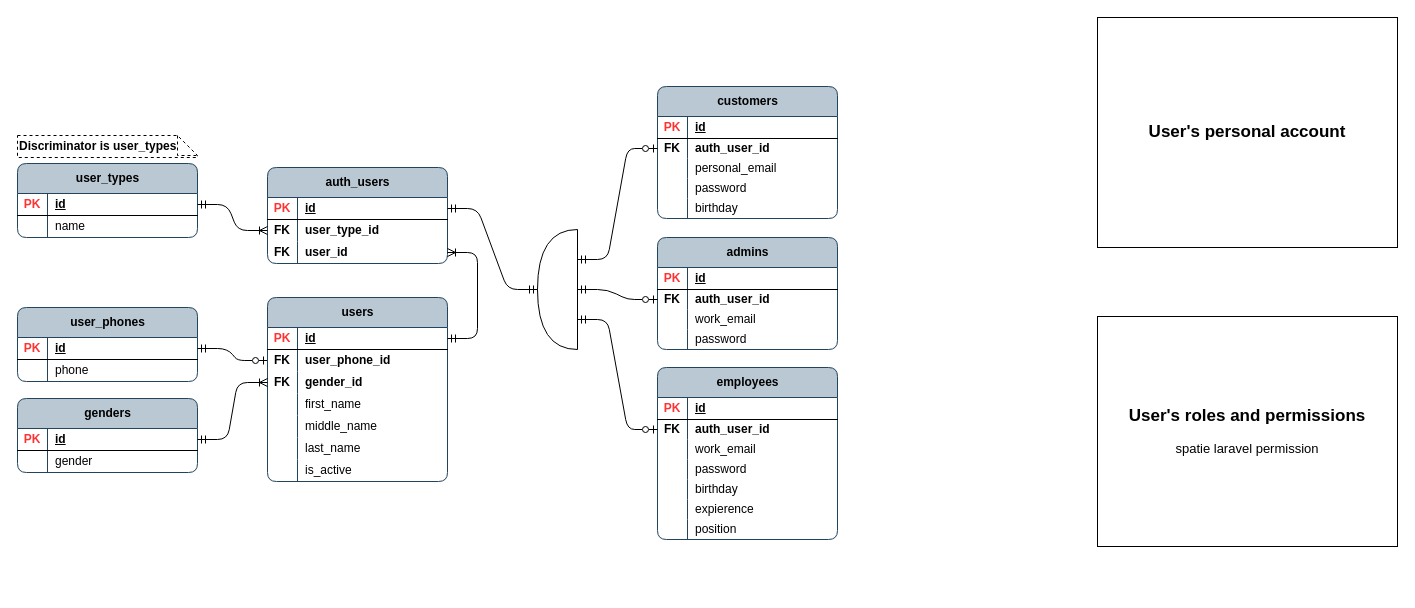
Local-development-environment/msg-brokers-publisher-consumer keeps this draw.io diagram as page "users" (4 of 14) of publisher/laravel-app/psql_jewellery_items.drawio. Above is the earlier version. Source tidied: cells renumbered, new cells numbered last; positions are measured from the earlier drawing's top-left corner, leaving out a move shared by most shapes. Both pictures are drawn from the tidied source at 100%, with x=0, y=0 at pixel (17, 17).
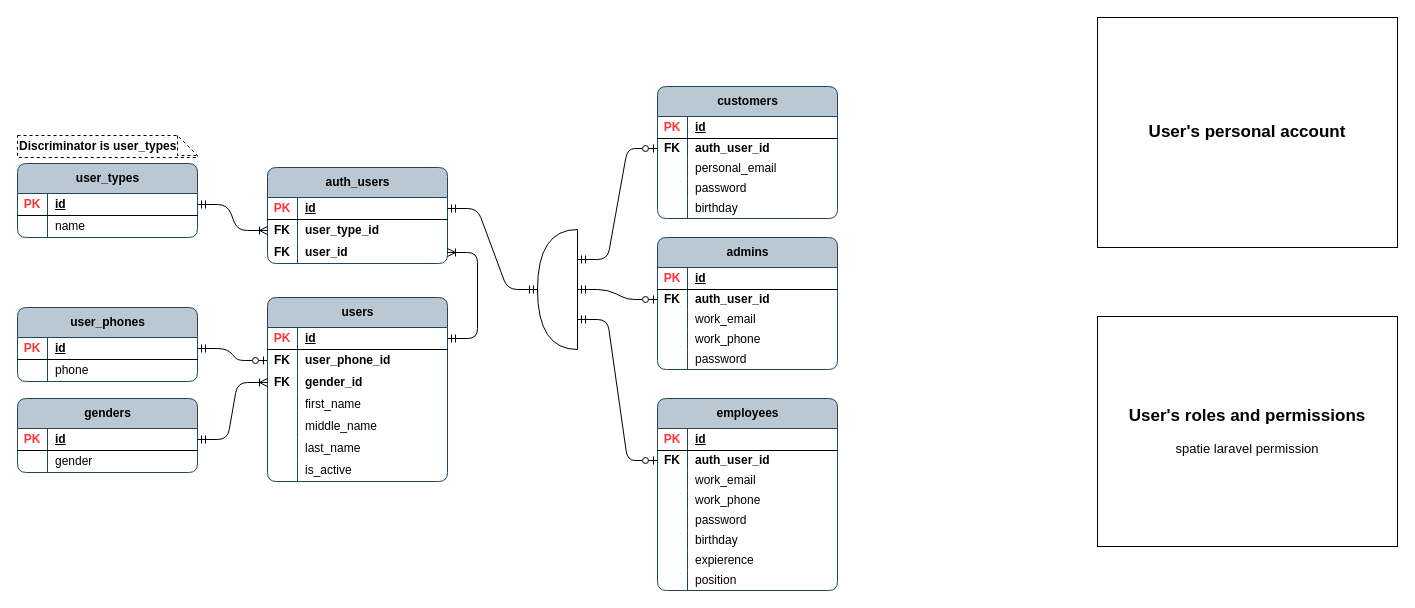
The same diagram, later.

The edit, as a diff of the source:
```diff
@@
     <mxCell id="39" value="employees" style="shape=table;startSize=30;childLayout=tableLayout;rowLines=0;fontStyle=1;align=center;html=1;rounded=1;swimlaneFillColor=none;fillColor=#bac8d3;strokeColor=#23445d;columnLines=1;arcSize=10;" parent="1" vertex="1">
-      <mxGeometry x="640" y="350" width="180" height="172" as="geometry" />
+      <mxGeometry x="640" y="381" width="180" height="192" as="geometry" />
     </mxCell>
@@
+    <mxCell id="118" style="shape=tableRow;horizontal=0;startSize=0;swimlaneHead=0;swimlaneBody=0;fillColor=none;top=0;left=0;right=0;bottom=0;rounded=0;" parent="39" vertex="1">
+      <mxGeometry y="92" width="180" height="20" as="geometry" />
+    </mxCell>
+    <mxCell id="119" style="shape=partialRectangle;fillColor=none;top=0;left=0;bottom=0;right=0;overflow=hidden;whiteSpace=wrap;html=1;" parent="118" vertex="1">
+      <mxGeometry width="30" height="20" as="geometry" />
+    </mxCell>
+    <mxCell id="120" value="work_phone" style="shape=partialRectangle;fillColor=none;top=0;left=0;bottom=0;right=0;align=left;spacingLeft=6;overflow=hidden;whiteSpace=wrap;html=1;" parent="118" vertex="1">
+      <mxGeometry x="30" width="150" height="20" as="geometry" />
+    </mxCell>
     <mxCell id="49" style="shape=tableRow;horizontal=0;startSize=0;swimlaneHead=0;swimlaneBody=0;fillColor=none;top=0;left=0;right=0;bottom=0;rounded=0;" parent="39" vertex="1">
-      <mxGeometry y="92" width="180" height="20" as="geometry" />
+      <mxGeometry y="112" width="180" height="20" as="geometry" />
     </mxCell>
@@
     <mxCell id="52" style="shape=tableRow;horizontal=0;startSize=0;swimlaneHead=0;swimlaneBody=0;fillColor=none;top=0;left=0;right=0;bottom=0;rounded=0;" parent="39" vertex="1">
-      <mxGeometry y="112" width="180" height="20" as="geometry" />
+      <mxGeometry y="132" width="180" height="20" as="geometry" />
     </mxCell>
@@
     <mxCell id="55" style="shape=tableRow;horizontal=0;startSize=0;swimlaneHead=0;swimlaneBody=0;fillColor=none;top=0;left=0;right=0;bottom=0;rounded=0;" parent="39" vertex="1">
-      <mxGeometry y="132" width="180" height="20" as="geometry" />
+      <mxGeometry y="152" width="180" height="20" as="geometry" />
     </mxCell>
@@
     <mxCell id="58" style="shape=tableRow;horizontal=0;startSize=0;swimlaneHead=0;swimlaneBody=0;fillColor=none;top=0;left=0;right=0;bottom=0;rounded=0;" parent="39" vertex="1">
-      <mxGeometry y="152" width="180" height="20" as="geometry" />
+      <mxGeometry y="172" width="180" height="20" as="geometry" />
     </mxCell>
@@
     <mxCell id="64" value="admins" style="shape=table;startSize=30;childLayout=tableLayout;rowLines=0;fontStyle=1;align=center;html=1;rounded=1;swimlaneFillColor=none;fillColor=#bac8d3;strokeColor=#23445d;columnLines=1;arcSize=10;" parent="1" vertex="1">
-      <mxGeometry x="640" y="220" width="180" height="112" as="geometry" />
+      <mxGeometry x="640" y="220" width="180" height="132" as="geometry" />
     </mxCell>
@@
+    <mxCell id="121" style="shape=tableRow;horizontal=0;startSize=0;swimlaneHead=0;swimlaneBody=0;fillColor=none;top=0;left=0;right=0;bottom=0;rounded=0;" parent="64" vertex="1">
+      <mxGeometry y="92" width="180" height="20" as="geometry" />
+    </mxCell>
+    <mxCell id="122" style="shape=partialRectangle;fillColor=none;top=0;left=0;bottom=0;right=0;overflow=hidden;whiteSpace=wrap;html=1;" parent="121" vertex="1">
+      <mxGeometry width="30" height="20" as="geometry" />
+    </mxCell>
+    <mxCell id="123" value="work_phone" style="shape=partialRectangle;fillColor=none;top=0;left=0;bottom=0;right=0;align=left;spacingLeft=6;overflow=hidden;whiteSpace=wrap;html=1;" parent="121" vertex="1">
+      <mxGeometry x="30" width="150" height="20" as="geometry" />
+    </mxCell>
     <mxCell id="74" style="shape=tableRow;horizontal=0;startSize=0;swimlaneHead=0;swimlaneBody=0;fillColor=none;top=0;left=0;right=0;bottom=0;rounded=0;" parent="64" vertex="1">
-      <mxGeometry y="92" width="180" height="20" as="geometry" />
+      <mxGeometry y="112" width="180" height="20" as="geometry" />
     </mxCell>
```
